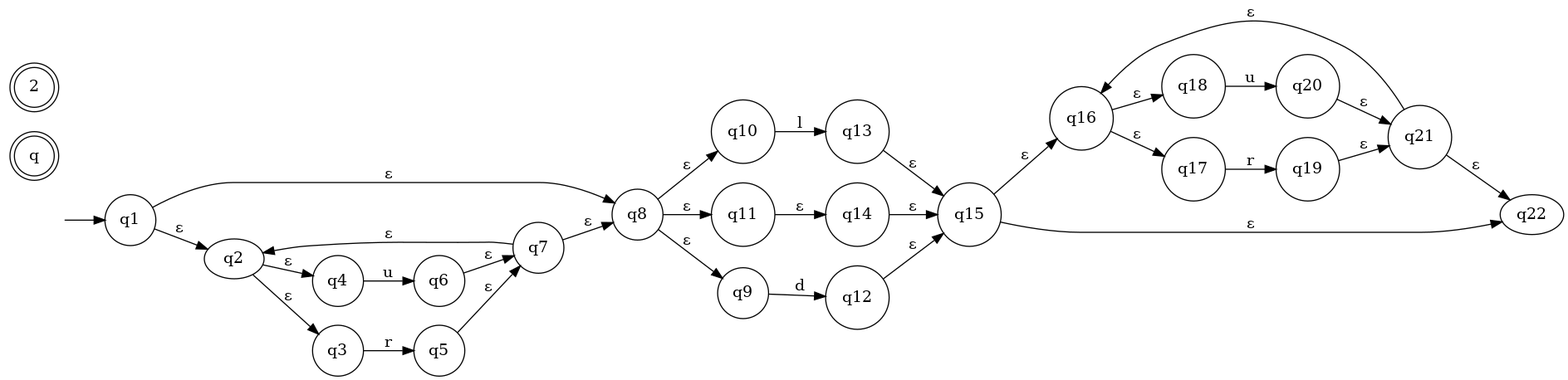
itsmeavi/POLmc keeps this Graphviz diagram as waterexpect.gv.png. Above is the earlier version. Its source is kept beside it as waterexpect.gv. Source of this version:
```dot
digraph waterexpect {
	graph [rankdir=LR]
	"" [label="" shape=plaintext]
	q [label=q shape=doublecircle]
	2 [label=2 shape=doublecircle]
	2 [label=2 shape=doublecircle]
	q5 [label=q5 shape=circle]
	q1 [label=q1 shape=circle]
	q15 [label=q15 shape=circle]
	q10 [label=q10 shape=circle]
	q11 [label=q11 shape=circle]
	q13 [label=q13 shape=circle]
	q20 [label=q20 shape=circle]
	q4 [label=q4 shape=circle]
	q18 [label=q18 shape=circle]
	q3 [label=q3 shape=circle]
	q7 [label=q7 shape=circle]
	q14 [label=q14 shape=circle]
	q8 [label=q8 shape=circle]
	q12 [label=q12 shape=circle]
	q6 [label=q6 shape=circle]
	q21 [label=q21 shape=circle]
	q17 [label=q17 shape=circle]
	q19 [label=q19 shape=circle]
	q9 [label=q9 shape=circle]
	q16 [label=q16 shape=circle]
	"" -> q1 [label=""]
	q1 -> q2 [label="ε"]
	q1 -> q8 [label="ε"]
	q2 -> q3 [label="ε"]
	q2 -> q4 [label="ε"]
	q3 -> q5 [label=r]
	q4 -> q6 [label=u]
	q5 -> q7 [label="ε"]
	q6 -> q7 [label="ε"]
	q7 -> q2 [label="ε"]
	q7 -> q8 [label="ε"]
	q8 -> q9 [label="ε"]
	q8 -> q10 [label="ε"]
	q8 -> q11 [label="ε"]
	q9 -> q12 [label=d]
	q10 -> q13 [label=l]
	q11 -> q14 [label="ε"]
	q12 -> q15 [label="ε"]
	q13 -> q15 [label="ε"]
	q14 -> q15 [label="ε"]
	q15 -> q22 [label="ε"]
	q15 -> q16 [label="ε"]
	q16 -> q17 [label="ε"]
	q16 -> q18 [label="ε"]
	q17 -> q19 [label=r]
	q18 -> q20 [label=u]
	q19 -> q21 [label="ε"]
	q20 -> q21 [label="ε"]
	q21 -> q22 [label="ε"]
	q21 -> q16 [label="ε"]
}
```
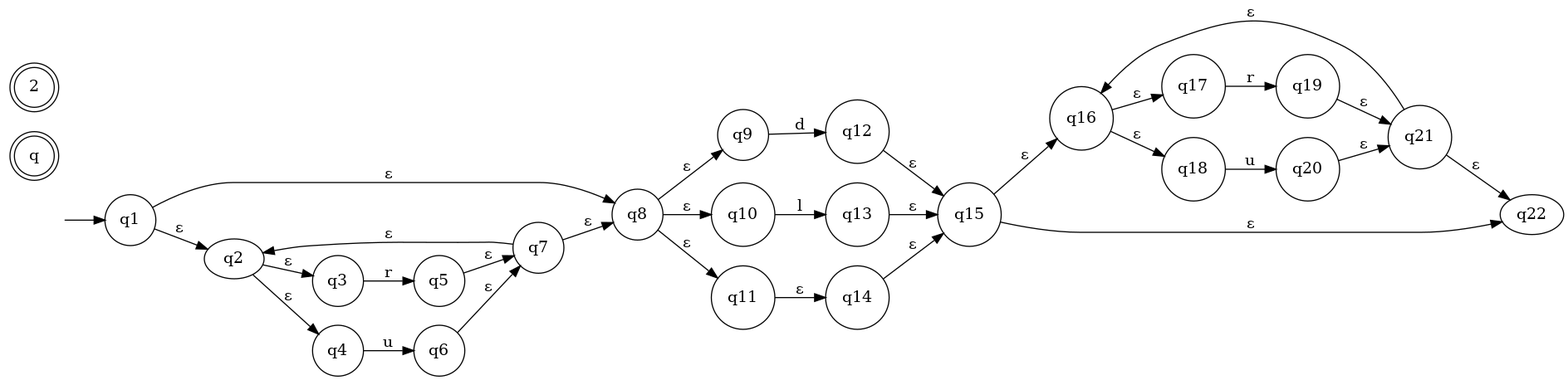
The same file after the commit.

Change to the diagram source:
```diff
@@ -4,26 +4,26 @@
 	q [label=q shape=doublecircle]
 	2 [label=2 shape=doublecircle]
 	2 [label=2 shape=doublecircle]
-	q5 [label=q5 shape=circle]
-	q1 [label=q1 shape=circle]
+	q9 [label=q9 shape=circle]
 	q15 [label=q15 shape=circle]
+	q20 [label=q20 shape=circle]
 	q10 [label=q10 shape=circle]
-	q11 [label=q11 shape=circle]
-	q13 [label=q13 shape=circle]
-	q20 [label=q20 shape=circle]
-	q4 [label=q4 shape=circle]
-	q18 [label=q18 shape=circle]
-	q3 [label=q3 shape=circle]
-	q7 [label=q7 shape=circle]
-	q14 [label=q14 shape=circle]
-	q8 [label=q8 shape=circle]
-	q12 [label=q12 shape=circle]
 	q6 [label=q6 shape=circle]
 	q21 [label=q21 shape=circle]
+	q3 [label=q3 shape=circle]
+	q11 [label=q11 shape=circle]
 	q17 [label=q17 shape=circle]
+	q18 [label=q18 shape=circle]
+	q12 [label=q12 shape=circle]
+	q8 [label=q8 shape=circle]
+	q1 [label=q1 shape=circle]
+	q4 [label=q4 shape=circle]
+	q13 [label=q13 shape=circle]
+	q14 [label=q14 shape=circle]
+	q7 [label=q7 shape=circle]
+	q16 [label=q16 shape=circle]
+	q5 [label=q5 shape=circle]
 	q19 [label=q19 shape=circle]
-	q9 [label=q9 shape=circle]
-	q16 [label=q16 shape=circle]
 	"" -> q1 [label=""]
 	q1 -> q2 [label="ε"]
 	q1 -> q8 [label="ε"]
@@ -35,9 +35,9 @@
 	q6 -> q7 [label="ε"]
 	q7 -> q2 [label="ε"]
 	q7 -> q8 [label="ε"]
+	q8 -> q11 [label="ε"]
 	q8 -> q9 [label="ε"]
 	q8 -> q10 [label="ε"]
-	q8 -> q11 [label="ε"]
 	q9 -> q12 [label=d]
 	q10 -> q13 [label=l]
 	q11 -> q14 [label="ε"]
```
